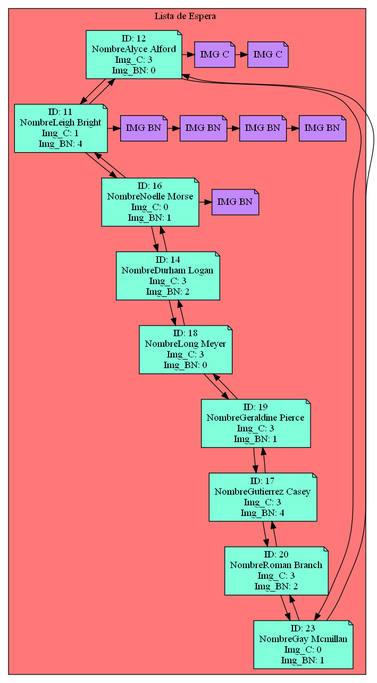
Serch-ING/EDD_UDRAWING_202000119 keeps this Graphviz diagram as Circular_Doble_espera.png. Above is the earlier version. Its source is kept beside it as Circular_Doble_espera.dot.
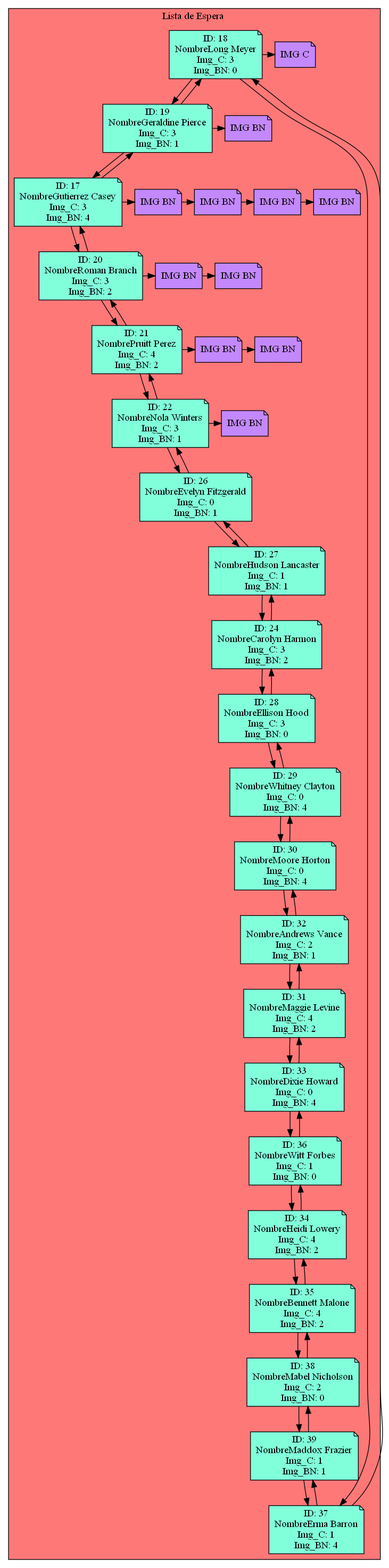
The same file after the commit.

Diff of the diagram source:
```diff
@@ -3,92 +3,204 @@
 subgraph cluster_p{
     label= "Lista de Espera "
     bgcolor = "#FF7878"
-Nodo150268540[label="ID: 12
-NombreAlyce Alford
-Img_C: 3
-Img_BN: 0",fillcolor="#81FFDA"]
-Nodo1470344997[label="ID: 11
-NombreLeigh Bright
-Img_C: 1
-Img_BN: 4",fillcolor="#81FFDA"]
-Nodo29183965[label="ID: 16
-NombreNoelle Morse
-Img_C: 0
-Img_BN: 1",fillcolor="#81FFDA"]
-Nodo310623126[label="ID: 14
-NombreDurham Logan
-Img_C: 3
-Img_BN: 2",fillcolor="#81FFDA"]
-Nodo341796579[label="ID: 18
+Nodo891093184[label="ID: 18
 NombreLong Meyer
 Img_C: 3
 Img_BN: 0",fillcolor="#81FFDA"]
-Nodo1297978429[label="ID: 19
+Nodo1550207152[label="ID: 19
 NombreGeraldine Pierce
 Img_C: 3
 Img_BN: 1",fillcolor="#81FFDA"]
-Nodo915349526[label="ID: 17
+Nodo1223867739[label="ID: 17
 NombreGutierrez Casey
 Img_C: 3
 Img_BN: 4",fillcolor="#81FFDA"]
-Nodo1710989308[label="ID: 20
+Nodo2073621255[label="ID: 20
 NombreRoman Branch
 Img_C: 3
 Img_BN: 2",fillcolor="#81FFDA"]
-Nodo1578009262[label="ID: 23
-NombreGay Mcmillan
+Nodo1092572064[label="ID: 21
+NombrePruitt Perez
+Img_C: 4
+Img_BN: 2",fillcolor="#81FFDA"]
+Nodo728885526[label="ID: 22
+NombreNola Winters
+Img_C: 3
+Img_BN: 1",fillcolor="#81FFDA"]
+Nodo1083021083[label="ID: 26
+NombreEvelyn Fitzgerald
 Img_C: 0
 Img_BN: 1",fillcolor="#81FFDA"]
+Nodo1423561005[label="ID: 27
+NombreHudson Lancaster
+Img_C: 1
+Img_BN: 1",fillcolor="#81FFDA"]
+Nodo943870983[label="ID: 24
+NombreCarolyn Harmon
+Img_C: 3
+Img_BN: 2",fillcolor="#81FFDA"]
+Nodo135640095[label="ID: 28
+NombreEllison Hood
+Img_C: 3
+Img_BN: 0",fillcolor="#81FFDA"]
+Nodo109228794[label="ID: 29
+NombreWhitney Clayton
+Img_C: 0
+Img_BN: 4",fillcolor="#81FFDA"]
+Nodo1052195003[label="ID: 30
+NombreMoore Horton
+Img_C: 0
+Img_BN: 4",fillcolor="#81FFDA"]
+Nodo2125238280[label="ID: 32
+NombreAndrews Vance
+Img_C: 2
+Img_BN: 1",fillcolor="#81FFDA"]
+Nodo2030538903[label="ID: 31
+NombreMaggie Levine
+Img_C: 4
+Img_BN: 2",fillcolor="#81FFDA"]
+Nodo471579726[label="ID: 33
+NombreDixie Howard
+Img_C: 0
+Img_BN: 4",fillcolor="#81FFDA"]
+Nodo978508707[label="ID: 36
+NombreWitt Forbes
+Img_C: 1
+Img_BN: 0",fillcolor="#81FFDA"]
+Nodo593687897[label="ID: 34
+NombreHeidi Lowery
+Img_C: 4
+Img_BN: 2",fillcolor="#81FFDA"]
+Nodo131206411[label="ID: 35
+NombreBennett Malone
+Img_C: 4
+Img_BN: 2",fillcolor="#81FFDA"]
+Nodo2012330741[label="ID: 38
+NombreMabel Nicholson
+Img_C: 2
+Img_BN: 0",fillcolor="#81FFDA"]
+Nodo1136768342[label="ID: 39
+NombreMaddox Frazier
+Img_C: 1
+Img_BN: 1",fillcolor="#81FFDA"]
+Nodo1484673893[label="ID: 37
+NombreErma Barron
+Img_C: 1
+Img_BN: 4",fillcolor="#81FFDA"]
 
-Nodo150268540 -> Nodo1470344997
+Nodo891093184 -> Nodo1550207152
 
-Nodo1470344997 -> Nodo150268540
-Nodo150268540->Nodo15026854011111
-Nodo15026854011111[label="IMG C",fillcolor="#C388FC"]Nodo15026854011111->Nodo15026854011112
-Nodo15026854011112[label="IMG C",fillcolor="#C388FC"]
-{rank=same;Nodo150268540,Nodo15026854011111,Nodo15026854011112}
-Nodo1470344997 -> Nodo29183965
+Nodo1550207152 -> Nodo891093184
+Nodo891093184->Nodo89109318411111
+Nodo89109318411111[label="IMG C",fillcolor="#C388FC"]
+{rank=same;Nodo891093184,Nodo89109318411111}
+Nodo1550207152 -> Nodo1223867739
 
-Nodo29183965 -> Nodo1470344997
-Nodo1470344997->Nodo147034499700001
-Nodo147034499700001[label="IMG BN",fillcolor="#C388FC"]Nodo147034499700001->Nodo147034499700002
-Nodo147034499700002[label="IMG BN",fillcolor="#C388FC"]Nodo147034499700002->Nodo147034499700003
-Nodo147034499700003[label="IMG BN",fillcolor="#C388FC"]Nodo147034499700003->Nodo147034499700004
-Nodo147034499700004[label="IMG BN",fillcolor="#C388FC"]
-{rank=same;Nodo1470344997,Nodo147034499700001,Nodo147034499700002,Nodo147034499700003,Nodo147034499700004}
-Nodo29183965 -> Nodo310623126
+Nodo1223867739 -> Nodo1550207152
+Nodo1550207152->Nodo155020715200001
+Nodo155020715200001[label="IMG BN",fillcolor="#C388FC"]
+{rank=same;Nodo1550207152,Nodo155020715200001}
+Nodo1223867739 -> Nodo2073621255
 
-Nodo310623126 -> Nodo29183965
-Nodo29183965->Nodo2918396500001
-Nodo2918396500001[label="IMG BN",fillcolor="#C388FC"]
-{rank=same;Nodo29183965,Nodo2918396500001}
-Nodo310623126 -> Nodo341796579
+Nodo2073621255 -> Nodo1223867739
+Nodo1223867739->Nodo122386773900001
+Nodo122386773900001[label="IMG BN",fillcolor="#C388FC"]Nodo122386773900001->Nodo122386773900002
+Nodo122386773900002[label="IMG BN",fillcolor="#C388FC"]Nodo122386773900002->Nodo122386773900003
+Nodo122386773900003[label="IMG BN",fillcolor="#C388FC"]Nodo122386773900003->Nodo122386773900004
+Nodo122386773900004[label="IMG BN",fillcolor="#C388FC"]
+{rank=same;Nodo1223867739,Nodo122386773900001,Nodo122386773900002,Nodo122386773900003,Nodo122386773900004}
+Nodo2073621255 -> Nodo1092572064
 
-Nodo341796579 -> Nodo310623126
+Nodo1092572064 -> Nodo2073621255
+Nodo2073621255->Nodo207362125500001
+Nodo207362125500001[label="IMG BN",fillcolor="#C388FC"]Nodo207362125500001->Nodo207362125500002
+Nodo207362125500002[label="IMG BN",fillcolor="#C388FC"]
+{rank=same;Nodo2073621255,Nodo207362125500001,Nodo207362125500002}
+Nodo1092572064 -> Nodo728885526
 
-{rank=same;Nodo310623126}
-Nodo341796579 -> Nodo1297978429
+Nodo728885526 -> Nodo1092572064
+Nodo1092572064->Nodo109257206400001
+Nodo109257206400001[label="IMG BN",fillcolor="#C388FC"]Nodo109257206400001->Nodo109257206400002
+Nodo109257206400002[label="IMG BN",fillcolor="#C388FC"]
+{rank=same;Nodo1092572064,Nodo109257206400001,Nodo109257206400002}
+Nodo728885526 -> Nodo1083021083
 
-Nodo1297978429 -> Nodo341796579
+Nodo1083021083 -> Nodo728885526
+Nodo728885526->Nodo72888552600001
+Nodo72888552600001[label="IMG BN",fillcolor="#C388FC"]
+{rank=same;Nodo728885526,Nodo72888552600001}
+Nodo1083021083 -> Nodo1423561005
 
-{rank=same;Nodo341796579}
-Nodo1297978429 -> Nodo915349526
+Nodo1423561005 -> Nodo1083021083
 
-Nodo915349526 -> Nodo1297978429
+{rank=same;Nodo1083021083}
+Nodo1423561005 -> Nodo943870983
 
-{rank=same;Nodo1297978429}
-Nodo915349526 -> Nodo1710989308
+Nodo943870983 -> Nodo1423561005
 
-Nodo1710989308 -> Nodo915349526
+{rank=same;Nodo1423561005}
+Nodo943870983 -> Nodo135640095
 
-{rank=same;Nodo915349526}
-Nodo1710989308 -> Nodo1578009262
+Nodo135640095 -> Nodo943870983
 
-Nodo1578009262 -> Nodo1710989308
+{rank=same;Nodo943870983}
+Nodo135640095 -> Nodo109228794
 
-{rank=same;Nodo1710989308}
-Nodo1578009262 -> Nodo150268540
+Nodo109228794 -> Nodo135640095
 
-Nodo150268540 -> Nodo1578009262
+{rank=same;Nodo135640095}
+Nodo109228794 -> Nodo1052195003
 
-{rank=same;Nodo1578009262}}}
+Nodo1052195003 -> Nodo109228794
+
+{rank=same;Nodo109228794}
+Nodo1052195003 -> Nodo2125238280
+
+Nodo2125238280 -> Nodo1052195003
+
+{rank=same;Nodo1052195003}
+Nodo2125238280 -> Nodo2030538903
+
+Nodo2030538903 -> Nodo2125238280
+
+{rank=same;Nodo2125238280}
+Nodo2030538903 -> Nodo471579726
+
+Nodo471579726 -> Nodo2030538903
+
+{rank=same;Nodo2030538903}
+Nodo471579726 -> Nodo978508707
+
+Nodo978508707 -> Nodo471579726
+
+{rank=same;Nodo471579726}
+Nodo978508707 -> Nodo593687897
+
+Nodo593687897 -> Nodo978508707
+
+{rank=same;Nodo978508707}
+Nodo593687897 -> Nodo131206411
+
+Nodo131206411 -> Nodo593687897
+
+{rank=same;Nodo593687897}
+Nodo131206411 -> Nodo2012330741
+
+Nodo2012330741 -> Nodo131206411
+
+{rank=same;Nodo131206411}
+Nodo2012330741 -> Nodo1136768342
+
+Nodo1136768342 -> Nodo2012330741
+
+{rank=same;Nodo2012330741}
+Nodo1136768342 -> Nodo1484673893
+
+Nodo1484673893 -> Nodo1136768342
+
+{rank=same;Nodo1136768342}
+Nodo1484673893 -> Nodo891093184
+
+Nodo891093184 -> Nodo1484673893
+
+{rank=same;Nodo1484673893}}}
```
